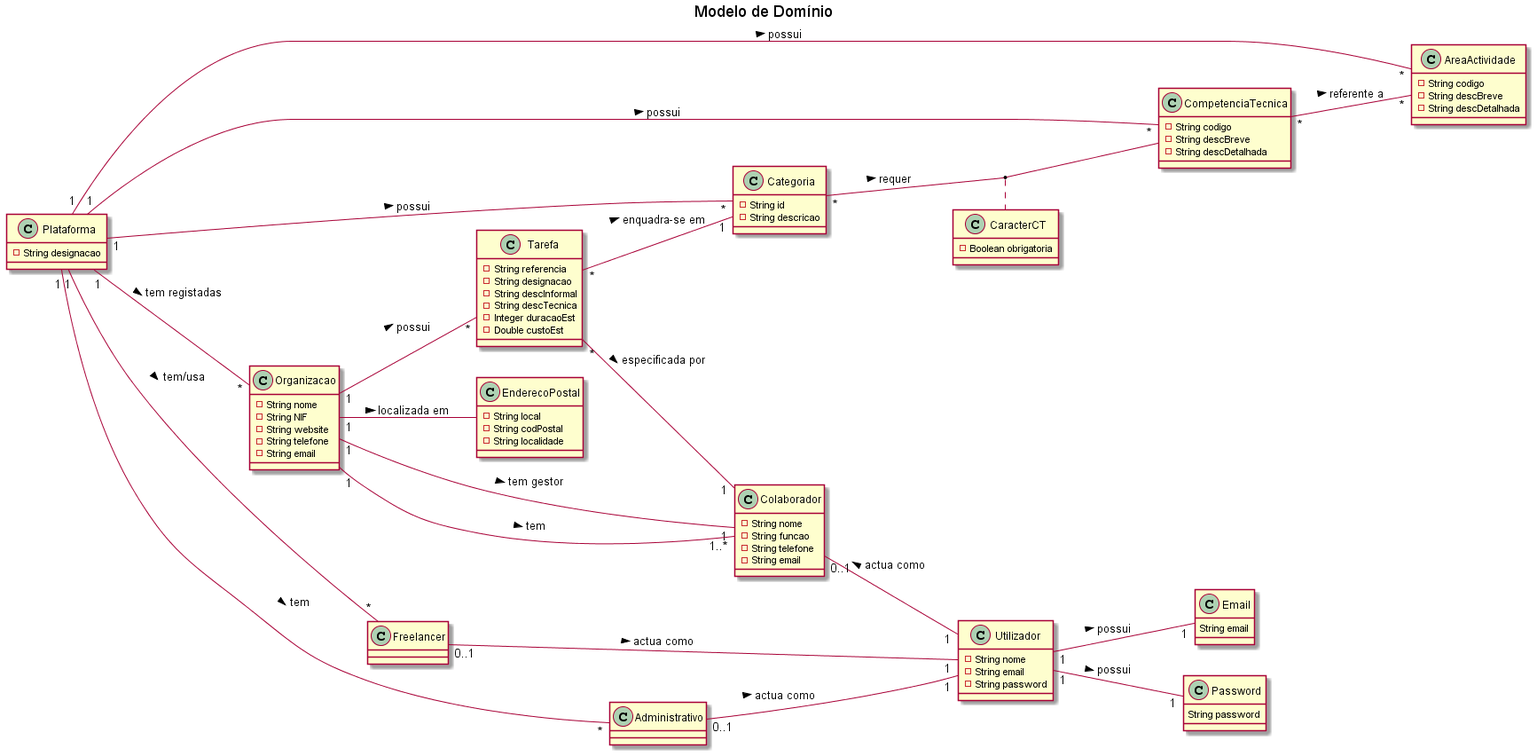
blestonbandeiraUPSKILL/upskill_java1_labprg_grupo2 keeps this PlantUML diagram as Sprint 2/Modelo_Domínio.png. Above is the earlier version. Its diagram source:
```plantuml
@startuml
title Modelo de Domínio

left to right direction
class Plataforma {
    -String designacao
}

class AreaActividade {
    -String codigo
    -String descBreve
    -String descDetalhada
}

class CompetenciaTecnica {
    -String codigo
    -String descBreve
    -String descDetalhada
}

class Organizacao {
    -String nome
    -String NIF
    -String website
    -String telefone
    -String email
}

class Tarefa {
    -String referencia
    -String designacao
    -String descInformal
    -String descTecnica
    -Integer duracaoEst
    -Double custoEst
}

class CaracterCT {
    -Boolean obrigatoria
}

class Categoria {
    -String id
    -String descricao
}

class Colaborador {
    -String nome
    -String funcao
    -String telefone
    -String email
}

class EnderecoPostal {
    -String local
    -String codPostal
    -String localidade
}

class Freelancer {
}

class Administrativo {
}

class Utilizador {
    -String nome
    -String email
    -String password
}

class Password {
    String password
}

class Email {
    String email
}

Plataforma"1" -- "*"Organizacao: tem registadas >
Plataforma"1" -- "*"Freelancer: tem/usa >
Plataforma"1" -- "*"Administrativo: tem >
Plataforma"1" -- "*"AreaActividade: possui >
Plataforma"1" -- "*"CompetenciaTecnica: possui >
Plataforma"1" -- "*"Categoria: possui >
Tarefa"*" -- "1"Categoria: enquadra-se em >
Tarefa"*" -- "1"Colaborador: especificada por >
CompetenciaTecnica"*" -- "*"AreaActividade: referente a >
Organizacao"1" -- "*"Tarefa: possui >
Organizacao"1" -- EnderecoPostal: localizada em >
Organizacao"1" -- "1"Colaborador: tem gestor >
Organizacao"1" -- "1..*"Colaborador: tem >
Freelancer"0..1" -- "1"Utilizador: actua como >
Administrativo"0..1" -- "1"Utilizador: actua como >
Colaborador"0..1" -- "1"Utilizador: actua como <
Categoria"*" -- CompetenciaTecnica: requer >
(Categoria, CompetenciaTecnica) . CaracterCT
Utilizador"1" -- "1"Email: possui >
Utilizador"1" -- "1"Password: possui >


@enduml
```
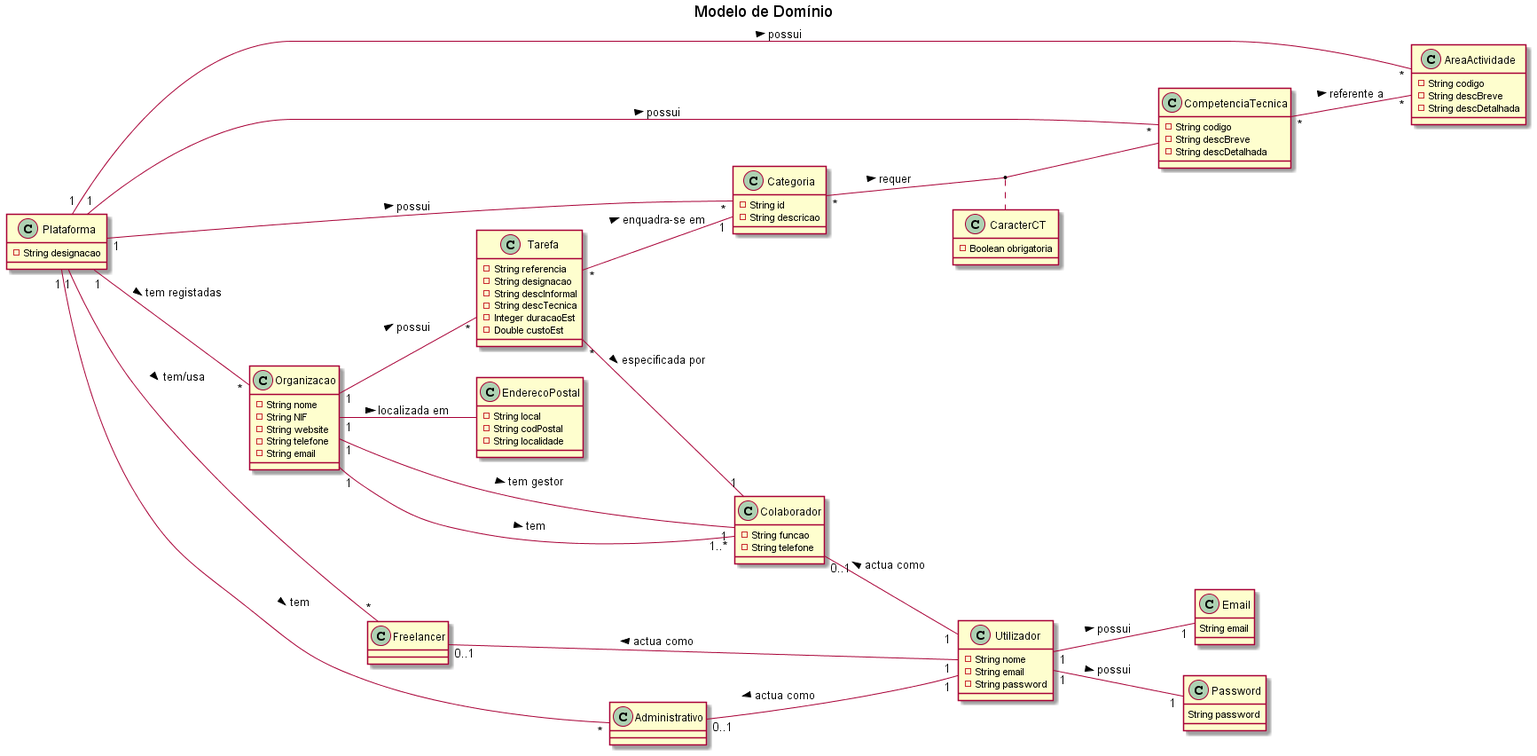
After the change.

The edit, as a diff of the source:
```diff
@@ -45,10 +45,8 @@
 }
 
 class Colaborador {
-    -String nome
     -String funcao
     -String telefone
-    -String email
 }
 
 class EnderecoPostal {
@@ -90,8 +88,8 @@
 Organizacao"1" -- EnderecoPostal: localizada em >
 Organizacao"1" -- "1"Colaborador: tem gestor >
 Organizacao"1" -- "1..*"Colaborador: tem >
-Freelancer"0..1" -- "1"Utilizador: actua como >
-Administrativo"0..1" -- "1"Utilizador: actua como >
+Freelancer"0..1" -- "1"Utilizador: actua como <
+Administrativo"0..1" -- "1"Utilizador: actua como <
 Colaborador"0..1" -- "1"Utilizador: actua como <
 Categoria"*" -- CompetenciaTecnica: requer >
 (Categoria, CompetenciaTecnica) . CaracterCT
```
